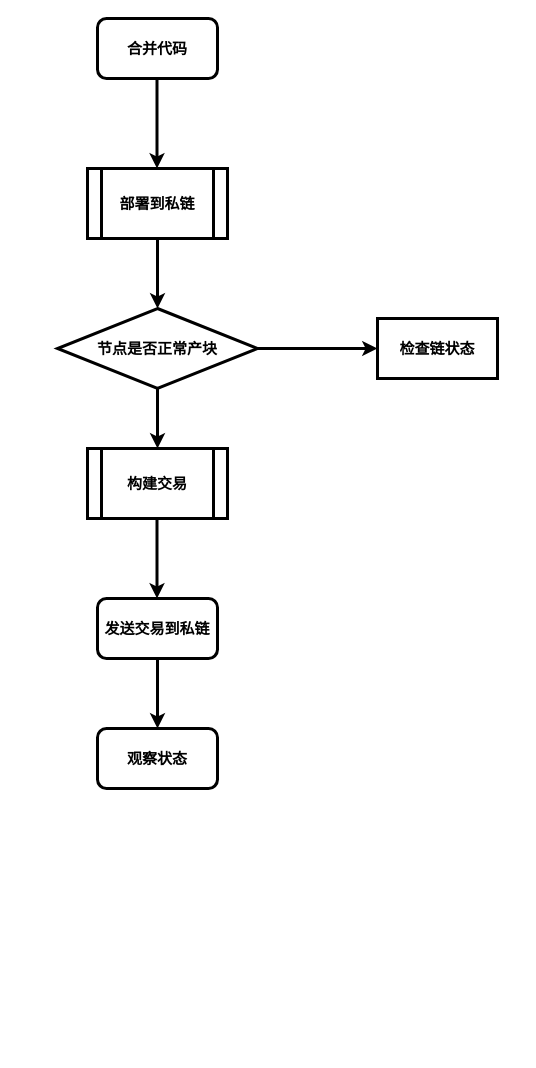
This is drawio/压测流程.drawio from forfreeday/design, a draw.io file, before an edit. Source tidied: cells renumbered, new cells numbered last; positions are measured from the earlier drawing's top-left corner, leaving out a move shared by most shapes. Both pictures are drawn from the tidied source at 100%, with x=0, y=0 at pixel (57, 18).
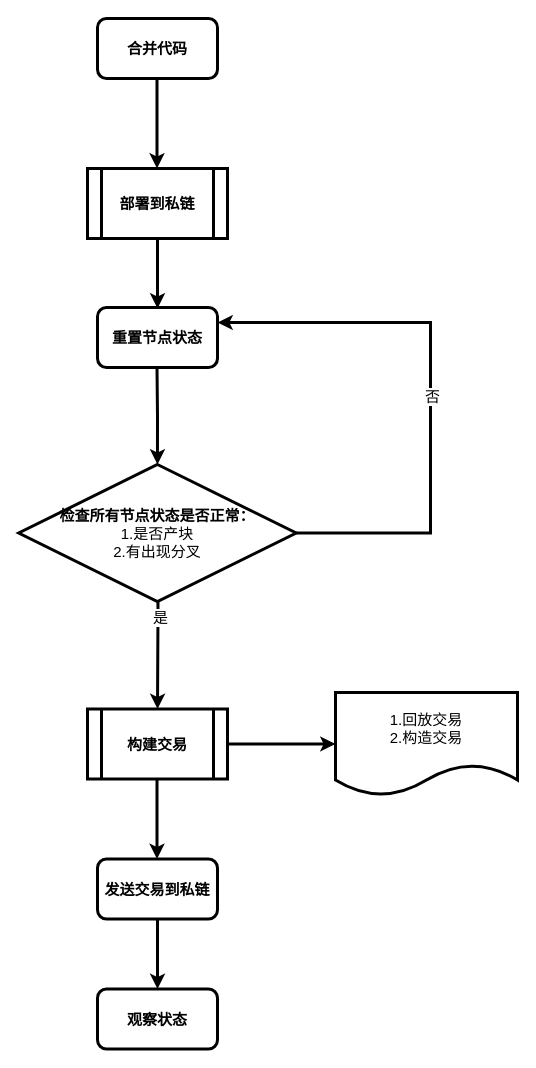
After the change.

Commit message:
更新压测流程.drawio

Change to the diagram source:
```diff
@@
-    <mxCell id="5" style="edgeStyle=orthogonalEdgeStyle;rounded=0;orthogonalLoop=1;jettySize=auto;html=1;strokeWidth=3;fontSize=15;" parent="1" edge="1">
+    <mxCell id="5" style="edgeStyle=orthogonalEdgeStyle;rounded=0;jettySize=auto;html=1;strokeWidth=3;fontSize=15;entryX=0.5;entryY=0;entryDx=0;entryDy=0;" parent="1" edge="1" target="13">
       <mxGeometry relative="1" as="geometry">
-        <mxPoint x="100" y="350" as="sourcePoint" />
-        <mxPoint x="100" y="430" as="targetPoint" />
+        <mxPoint x="100" y="493" as="sourcePoint" />
       </mxGeometry>
     </mxCell>
+    <mxCell id="15" value="是" style="edgeLabel;html=1;align=center;verticalAlign=middle;fontSize=15;" parent="5" vertex="1">
+      <mxGeometry x="0.07" y="2" relative="1" as="geometry" />
+    </mxCell>
     <mxCell id="6" value="&lt;b&gt;观察状态&lt;/b&gt;" style="whiteSpace=wrap;html=1;fontSize=15;rounded=1;strokeWidth=3;" parent="1" vertex="1">
-      <mxGeometry x="40" y="710" width="120" height="60" as="geometry" />
+      <mxGeometry x="40" y="970.5" width="120" height="60" as="geometry" />
     </mxCell>
-    <mxCell id="7" style="edgeStyle=orthogonalEdgeStyle;rounded=0;jettySize=auto;html=1;strokeWidth=3;fontSize=15;" parent="1" edge="1" source="8" target="11">
-      <mxGeometry relative="1" as="geometry" />
+    <mxCell id="7" style="edgeStyle=orthogonalEdgeStyle;rounded=0;jettySize=auto;html=1;strokeWidth=3;fontSize=15;entryX=1;entryY=0.25;entryDx=0;entryDy=0;" parent="1" edge="1" source="8" target="19">
+      <mxGeometry relative="1" as="geometry">
+        <Array as="points">
+          <mxPoint x="373" y="515" />
+          <mxPoint x="373" y="304" />
+        </Array>
+      </mxGeometry>
     </mxCell>
+    <mxCell id="16" value="否" style="edgeLabel;html=1;align=center;verticalAlign=middle;fontSize=15;" parent="7" vertex="1">
+      <mxGeometry x="-0.03" y="-1" relative="1" as="geometry" />
+    </mxCell>
-    <mxCell id="8" value="&lt;b style=&quot;border-color: var(--border-color);&quot;&gt;节点是否正常产块&lt;/b&gt;" style="rhombus;whiteSpace=wrap;html=1;strokeWidth=3;fontSize=15;" parent="1" vertex="1">
-      <mxGeometry y="290" width="200" height="80" as="geometry" />
+    <mxCell id="8" value="&lt;b style=&quot;border-color: var(--border-color);&quot;&gt;检查所有节点状态是否正常：&lt;br&gt;&lt;/b&gt;1.是否产块&lt;br&gt;2.有出现分叉" style="rhombus;whiteSpace=wrap;html=1;strokeWidth=3;fontSize=15;" parent="1" vertex="1">
+      <mxGeometry x="-38.8" y="446" width="277.5" height="137" as="geometry" />
     </mxCell>
@@
     <mxCell id="10" value="&lt;b&gt;发送交易到私链&lt;/b&gt;" style="rounded=1;whiteSpace=wrap;html=1;strokeWidth=3;fontSize=15;" parent="1" vertex="1">
-      <mxGeometry x="40" y="580" width="120" height="60" as="geometry" />
+      <mxGeometry x="40" y="840.5" width="120" height="60" as="geometry" />
     </mxCell>
-    <mxCell id="11" value="&lt;b&gt;检查链状态&lt;/b&gt;" style="whiteSpace=wrap;html=1;fontSize=15;strokeWidth=3;" parent="1" vertex="1">
-      <mxGeometry x="320" y="300" width="120" height="60" as="geometry" />
-    </mxCell>
@@
+    <mxCell id="17" style="edgeStyle=orthogonalEdgeStyle;rounded=0;jettySize=auto;html=1;strokeWidth=3;fontSize=15;" parent="1" edge="1" source="13" target="18">
+      <mxGeometry relative="1" as="geometry" />
+    </mxCell>
     <mxCell id="13" value="&lt;b style=&quot;border-color: var(--border-color);&quot;&gt;构建交易&lt;/b&gt;" style="shape=process;whiteSpace=wrap;html=1;backgroundOutline=1;strokeWidth=3;fontSize=15;" parent="1" vertex="1">
-      <mxGeometry x="30" y="430" width="140" height="70" as="geometry" />
+      <mxGeometry x="30" y="690.5" width="140" height="70" as="geometry" />
     </mxCell>
     <mxCell id="14" style="edgeStyle=orthogonalEdgeStyle;rounded=0;orthogonalLoop=1;jettySize=auto;html=1;strokeWidth=3;fontSize=15;" parent="1" edge="1">
       <mxGeometry relative="1" as="geometry">
-        <mxPoint x="99.5" y="500" as="sourcePoint" />
-        <mxPoint x="99.5" y="580" as="targetPoint" />
+        <mxPoint x="99.5" y="760.5" as="sourcePoint" />
+        <mxPoint x="99.5" y="840.5" as="targetPoint" />
       </mxGeometry>
     </mxCell>
+    <mxCell id="18" value="1.回放交易&lt;br&gt;2.构造交易" style="shape=document;whiteSpace=wrap;html=1;boundedLbl=1;fontSize=15;strokeWidth=3;" parent="1" vertex="1">
+      <mxGeometry x="278" y="674" width="182" height="103" as="geometry" />
+    </mxCell>
+    <mxCell id="19" value="重置节点状态" style="rounded=1;whiteSpace=wrap;html=1;strokeWidth=3;fontSize=15;fontStyle=1;" parent="1" vertex="1">
+      <mxGeometry x="40" y="289" width="120" height="60" as="geometry" />
+    </mxCell>
+    <mxCell id="20" style="edgeStyle=orthogonalEdgeStyle;rounded=0;jettySize=auto;html=1;strokeWidth=3;fontSize=15;entryX=0.5;entryY=0;entryDx=0;entryDy=0;" parent="1" edge="1" target="8">
+      <mxGeometry relative="1" as="geometry">
+        <mxPoint x="99.5" y="349" as="sourcePoint" />
+      </mxGeometry>
+    </mxCell>
```
